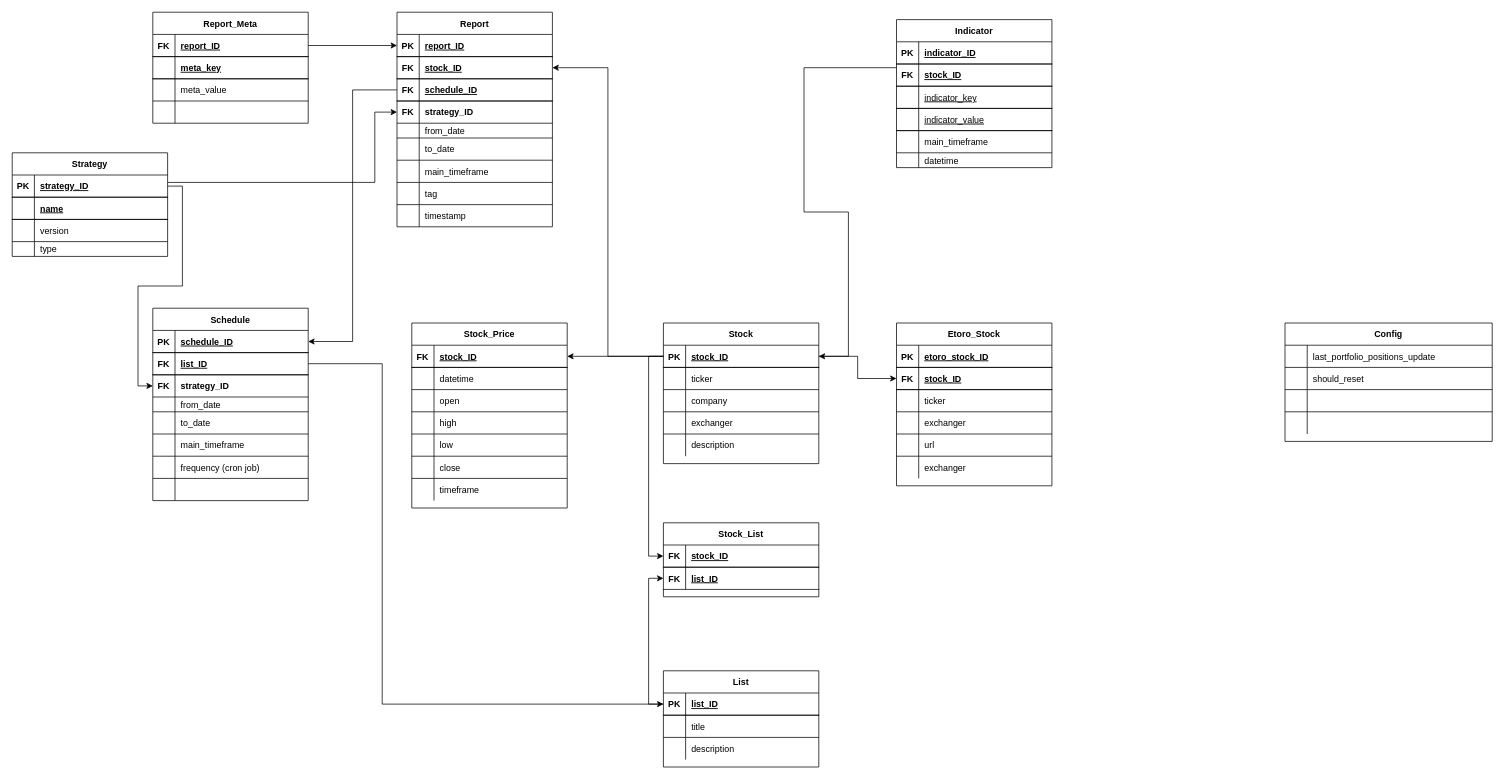
The draw.io diagram Data/ERD.drawio in nmenescardi/Trader, before the edit. Source tidied: cells renumbered, new cells numbered last; positions are measured from the earlier drawing's top-left corner, leaving out a move shared by most shapes. Both pictures are drawn from the tidied source at 74%, with x=0, y=0 at pixel (12, 12).
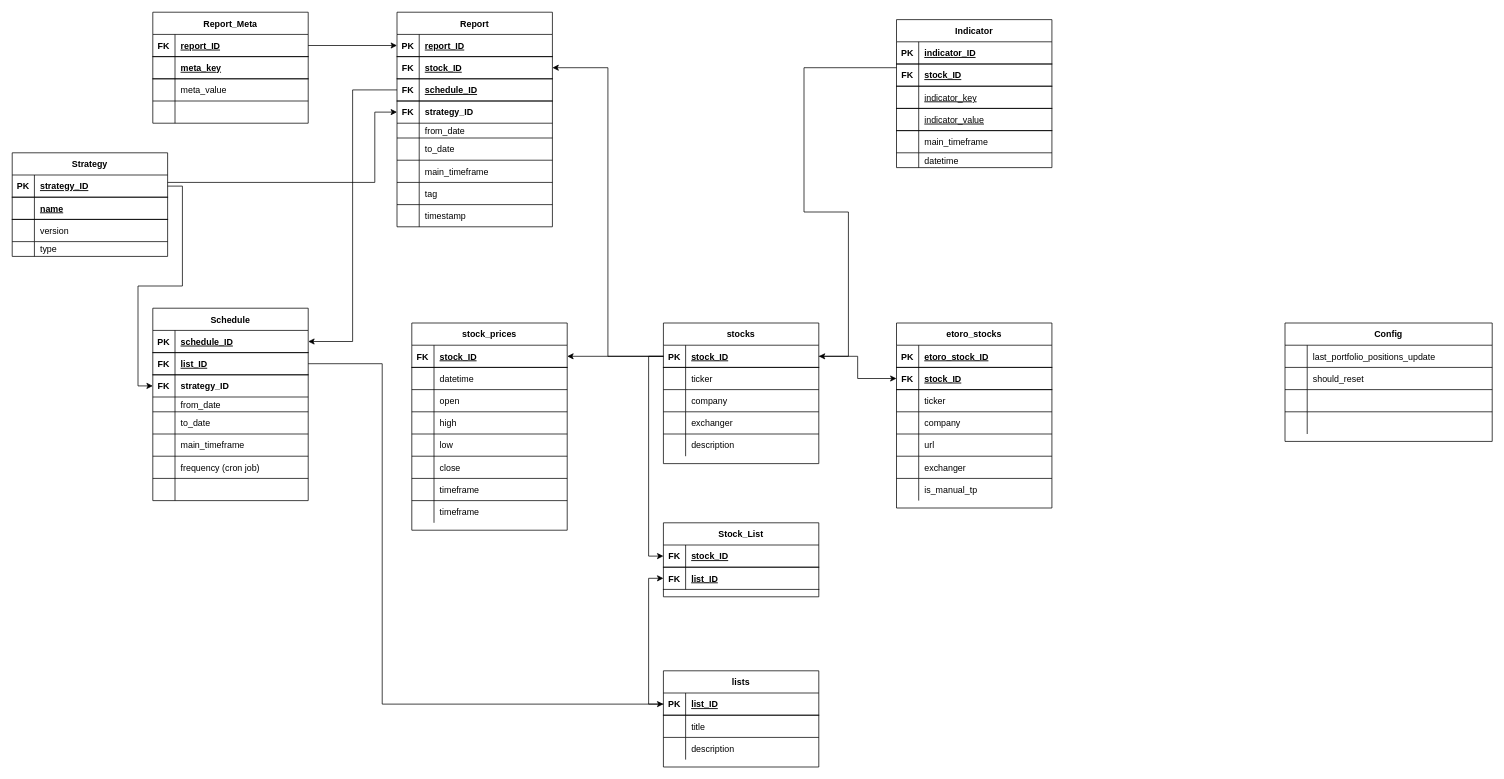
The same diagram, later.

Commit message:
update ERD model

The change refers to these unchanged cells:
```xml
<mxCell id="31" style="shape=partialRectangle;fillColor=none;top=0;left=0;bottom=0;right=0;" parent="21" vertex="1">
  <mxGeometry y="120" width="210" height="30" as="geometry" />
</mxCell>
```

Diff of the diagram source:
```diff
@@
-    <mxCell id="5" value="Stock" style="shape=table;startSize=30;childLayout=tableLayout;rowLines=1;fontStyle=1;align=center;verticalAlign=middle;fillColor=none;" parent="1" vertex="1">
+    <mxCell id="5" value="stocks" style="shape=table;startSize=30;childLayout=tableLayout;rowLines=1;fontStyle=1;align=center;verticalAlign=middle;fillColor=none;" parent="1" vertex="1">
       <mxGeometry x="880" y="420" width="210" height="190" as="geometry" />
     </mxCell>
@@
-    <mxCell id="21" value="Etoro_Stock" style="shape=table;startSize=30;childLayout=tableLayout;rowLines=1;fontStyle=1;align=center;verticalAlign=middle;fillColor=none;" parent="1" vertex="1">
-      <mxGeometry x="1195" y="420" width="210" height="220" as="geometry" />
+    <mxCell id="21" value="etoro_stocks" style="shape=table;startSize=30;childLayout=tableLayout;rowLines=1;fontStyle=1;align=center;verticalAlign=middle;fillColor=none;" parent="1" vertex="1">
+      <mxGeometry x="1195" y="420" width="210" height="250" as="geometry" />
     </mxCell>
@@
-    <mxCell id="33" value="exchanger" style="shape=partialRectangle;fillColor=none;top=0;left=0;bottom=0;right=0;align=left;spacingLeft=6;overflow=hidden;" parent="31" vertex="1">
+    <mxCell id="33" value="company" style="shape=partialRectangle;fillColor=none;top=0;left=0;bottom=0;right=0;align=left;spacingLeft=6;overflow=hidden;" parent="31" vertex="1">
       <mxGeometry x="30" width="180" height="30" as="geometry" />
     </mxCell>
@@
+    <mxCell id="200" style="shape=partialRectangle;fillColor=none;top=0;left=0;bottom=0;right=0;" parent="21" vertex="1">
+      <mxGeometry y="210" width="210" height="30" as="geometry" />
+    </mxCell>
+    <mxCell id="201" style="shape=partialRectangle;fillColor=none;top=0;left=0;bottom=0;right=0;overflow=hidden;" parent="200" vertex="1">
+      <mxGeometry width="30" height="30" as="geometry" />
+    </mxCell>
+    <mxCell id="202" value="is_manual_tp" style="shape=partialRectangle;fillColor=none;top=0;left=0;bottom=0;right=0;align=left;spacingLeft=6;overflow=hidden;" parent="200" vertex="1">
+      <mxGeometry x="30" width="180" height="30" as="geometry" />
+    </mxCell>
@@
-    <mxCell id="120" value="List" style="shape=table;startSize=30;childLayout=tableLayout;rowLines=1;fontStyle=1;align=center;verticalAlign=middle;fillColor=none;" parent="1" vertex="1">
+    <mxCell id="120" value="lists" style="shape=table;startSize=30;childLayout=tableLayout;rowLines=1;fontStyle=1;align=center;verticalAlign=middle;fillColor=none;" parent="1" vertex="1">
       <mxGeometry x="880" y="890" width="210" height="130" as="geometry" />
     </mxCell>
@@
-    <mxCell id="130" value="Stock_Price" style="shape=table;startSize=30;childLayout=tableLayout;rowLines=1;fontStyle=1;align=center;verticalAlign=middle;fillColor=none;" parent="1" vertex="1">
-      <mxGeometry x="540" y="420" width="210" height="250" as="geometry" />
+    <mxCell id="130" value="stock_prices" style="shape=table;startSize=30;childLayout=tableLayout;rowLines=1;fontStyle=1;align=center;verticalAlign=middle;fillColor=none;" parent="1" vertex="1">
+      <mxGeometry x="540" y="420" width="210" height="280" as="geometry" />
     </mxCell>
@@
+    <mxCell id="203" style="shape=partialRectangle;fillColor=none;top=0;left=0;bottom=0;right=0;" parent="130" vertex="1">
+      <mxGeometry y="240" width="210" height="30" as="geometry" />
+    </mxCell>
+    <mxCell id="204" style="shape=partialRectangle;fillColor=none;top=0;left=0;bottom=0;right=0;overflow=hidden;" parent="203" vertex="1">
+      <mxGeometry width="30" height="30" as="geometry" />
+    </mxCell>
+    <mxCell id="205" value="timeframe" style="shape=partialRectangle;fillColor=none;top=0;left=0;bottom=0;right=0;align=left;spacingLeft=6;overflow=hidden;" parent="203" vertex="1">
+      <mxGeometry x="30" width="180" height="30" as="geometry" />
+    </mxCell>
```
